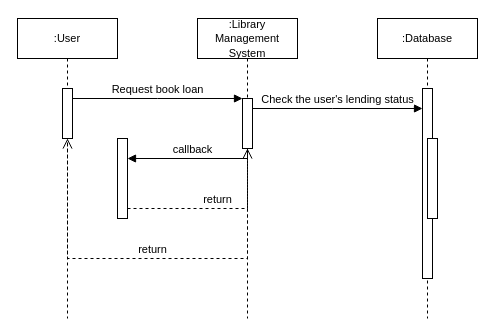
cielcs/usecase keeps this draw.io diagram as seq.drawio. Above is the earlier version. Source tidied: cells renumbered, new cells numbered last; positions are measured from the earlier drawing's top-left corner, leaving out a move shared by most shapes. Both pictures are drawn from the tidied source at 100%, with x=0, y=0 at pixel (17, 18).
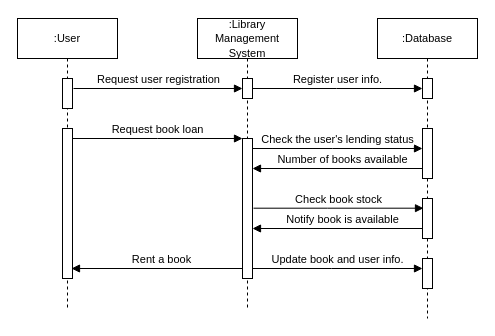
After the change.

Commit message:
seq.drawio を更新します

Unchanged cells that the change refers to:
```xml
<mxCell id="10" value="&lt;font style=&quot;font-size: 11px;&quot;&gt;:Database&lt;/font&gt;" style="shape=umlLifeline;perimeter=lifelinePerimeter;whiteSpace=wrap;html=1;newEdgeStyle={&quot;edgeStyle&quot;:&quot;elbowEdgeStyle&quot;,&quot;elbow&quot;:&quot;vertical&quot;,&quot;curved&quot;:0,&quot;rounded&quot;:0};" parent="1" vertex="1">
  <mxGeometry x="360" width="100" height="300" as="geometry" />
</mxCell>
```

Change to the diagram source:
```diff
@@
     <mxCell id="2" value="&lt;font style=&quot;font-size: 11px;&quot;&gt;:User&lt;/font&gt;" style="shape=umlLifeline;perimeter=lifelinePerimeter;whiteSpace=wrap;html=1;newEdgeStyle={&quot;edgeStyle&quot;:&quot;elbowEdgeStyle&quot;,&quot;elbow&quot;:&quot;vertical&quot;,&quot;curved&quot;:0,&quot;rounded&quot;:0};" parent="1" vertex="1">
-      <mxGeometry width="100" height="300" as="geometry" />
+      <mxGeometry width="100" height="290" as="geometry" />
     </mxCell>
     <mxCell id="3" style="html=1;points=[];perimeter=orthogonalPerimeter;outlineConnect=0;targetShapes=umlLifeline;portConstraint=eastwest;newEdgeStyle={&quot;edgeStyle&quot;:&quot;elbowEdgeStyle&quot;,&quot;elbow&quot;:&quot;vertical&quot;,&quot;curved&quot;:0,&quot;rounded&quot;:0};" parent="2" vertex="1">
-      <mxGeometry x="45" y="70" width="10" height="50" as="geometry" />
+      <mxGeometry x="45" y="110" width="10" height="150" as="geometry" />
     </mxCell>
+    <mxCell id="15" style="html=1;perimeter=orthogonalPerimeter;targetShapes=umlLifeline;newEdgeStyle={&quot;edgeStyle&quot;:&quot;elbowEdgeStyle&quot;,&quot;elbow&quot;:&quot;vertical&quot;,&quot;curved&quot;:0,&quot;rounded&quot;:0};" parent="2" vertex="1">
+      <mxGeometry x="45" y="60" width="10" height="30" as="geometry" />
+    </mxCell>
     <mxCell id="4" value="&lt;font style=&quot;font-size: 11px;&quot;&gt;:Library Management System&lt;/font&gt;" style="shape=umlLifeline;perimeter=lifelinePerimeter;whiteSpace=wrap;html=1;newEdgeStyle={&quot;edgeStyle&quot;:&quot;elbowEdgeStyle&quot;,&quot;elbow&quot;:&quot;vertical&quot;,&quot;curved&quot;:0,&quot;rounded&quot;:0};" parent="1" vertex="1">
-      <mxGeometry x="180" width="100" height="300" as="geometry" />
+      <mxGeometry x="180" width="100" height="290" as="geometry" />
     </mxCell>
     <mxCell id="5" style="html=1;points=[];perimeter=orthogonalPerimeter;outlineConnect=0;targetShapes=umlLifeline;portConstraint=eastwest;newEdgeStyle={&quot;edgeStyle&quot;:&quot;elbowEdgeStyle&quot;,&quot;elbow&quot;:&quot;vertical&quot;,&quot;curved&quot;:0,&quot;rounded&quot;:0};" parent="4" vertex="1">
-      <mxGeometry x="45" y="80" width="10" height="50" as="geometry" />
+      <mxGeometry x="45" y="120" width="10" height="140" as="geometry" />
     </mxCell>
+    <mxCell id="16" style="html=1;perimeter=orthogonalPerimeter;targetShapes=umlLifeline;newEdgeStyle={&quot;edgeStyle&quot;:&quot;elbowEdgeStyle&quot;,&quot;elbow&quot;:&quot;vertical&quot;,&quot;curved&quot;:0,&quot;rounded&quot;:0};" parent="4" vertex="1">
+      <mxGeometry x="45" y="60" width="10" height="20" as="geometry" />
+    </mxCell>
     <mxCell id="6" value="Request book loan" style="html=1;verticalAlign=bottom;endArrow=block;edgeStyle=elbowEdgeStyle;elbow=vertical;curved=0;rounded=0;" parent="1" edge="1" source="3" target="5">
       <mxGeometry relative="1" as="geometry">
         <Array as="points">
-          <mxPoint x="140" y="80" />
+          <mxPoint x="140" y="120" />
         </Array>
       </mxGeometry>
     </mxCell>
-    <mxCell id="7" value="return" style="html=1;verticalAlign=bottom;endArrow=open;dashed=1;endSize=8;edgeStyle=elbowEdgeStyle;elbow=vertical;curved=0;rounded=0;" parent="1" edge="1" source="5" target="3">
-      <mxGeometry relative="1" as="geometry">
-        <Array as="points">
-          <mxPoint x="150" y="240" />
-        </Array>
-      </mxGeometry>
-    </mxCell>
-    <mxCell id="8" value="callback" style="html=1;verticalAlign=bottom;endArrow=block;edgeStyle=elbowEdgeStyle;elbow=vertical;curved=0;rounded=0;" parent="1" edge="1">
+    <mxCell id="8" value="Rent a book" style="html=1;verticalAlign=bottom;endArrow=block;edgeStyle=elbowEdgeStyle;elbow=vertical;curved=0;rounded=0;" parent="1" edge="1">
       <mxGeometry relative="1" as="geometry">
-        <mxPoint x="230" y="130" as="sourcePoint" />
-        <mxPoint x="110" y="140" as="targetPoint" />
+        <mxPoint x="225" y="240" as="sourcePoint" />
+        <mxPoint x="54" y="250" as="targetPoint" />
         <Array as="points">
-          <mxPoint x="150" y="140" />
+          <mxPoint x="140" y="250" />
         </Array>
       </mxGeometry>
     </mxCell>
-    <mxCell id="9" value="return" style="html=1;verticalAlign=bottom;endArrow=open;dashed=1;endSize=8;edgeStyle=elbowEdgeStyle;elbow=vertical;curved=0;rounded=0;" parent="1" edge="1" source="13">
-      <mxGeometry relative="1" as="geometry">
-        <mxPoint x="230" y="130" as="targetPoint" />
-        <Array as="points">
-          <mxPoint x="140" y="190" />
-        </Array>
-      </mxGeometry>
-    </mxCell>
@@
     <mxCell id="11" style="html=1;perimeter=orthogonalPerimeter;targetShapes=umlLifeline;newEdgeStyle={&quot;edgeStyle&quot;:&quot;elbowEdgeStyle&quot;,&quot;elbow&quot;:&quot;vertical&quot;,&quot;curved&quot;:0,&quot;rounded&quot;:0};" parent="10" vertex="1">
-      <mxGeometry x="45" y="70" width="10" height="190" as="geometry" />
+      <mxGeometry x="45" y="110" width="10" height="50" as="geometry" />
     </mxCell>
-    <mxCell id="12" style="html=1;perimeter=orthogonalPerimeter;targetShapes=umlLifeline;newEdgeStyle={&quot;edgeStyle&quot;:&quot;elbowEdgeStyle&quot;,&quot;elbow&quot;:&quot;vertical&quot;,&quot;curved&quot;:0,&quot;rounded&quot;:0};" parent="10" vertex="1">
-      <mxGeometry x="50" y="120" width="10" height="80" as="geometry" />
-    </mxCell>
-    <mxCell id="13" style="html=1;points=[];perimeter=orthogonalPerimeter;outlineConnect=0;targetShapes=umlLifeline;portConstraint=eastwest;newEdgeStyle={&quot;edgeStyle&quot;:&quot;elbowEdgeStyle&quot;,&quot;elbow&quot;:&quot;vertical&quot;,&quot;curved&quot;:0,&quot;rounded&quot;:0};" parent="1" vertex="1">
-      <mxGeometry x="100" y="120" width="10" height="80" as="geometry" />
-    </mxCell>
+    <mxCell id="17" style="html=1;perimeter=orthogonalPerimeter;targetShapes=umlLifeline;newEdgeStyle={&quot;edgeStyle&quot;:&quot;elbowEdgeStyle&quot;,&quot;elbow&quot;:&quot;vertical&quot;,&quot;curved&quot;:0,&quot;rounded&quot;:0};" parent="10" vertex="1">
+      <mxGeometry x="45" y="180" width="10" height="40" as="geometry" />
+    </mxCell>
+    <mxCell id="18" style="html=1;perimeter=orthogonalPerimeter;targetShapes=umlLifeline;newEdgeStyle={&quot;edgeStyle&quot;:&quot;elbowEdgeStyle&quot;,&quot;elbow&quot;:&quot;vertical&quot;,&quot;curved&quot;:0,&quot;rounded&quot;:0};" parent="10" vertex="1">
+      <mxGeometry x="45" y="240" width="10" height="30" as="geometry" />
+    </mxCell>
+    <mxCell id="19" style="html=1;perimeter=orthogonalPerimeter;targetShapes=umlLifeline;newEdgeStyle={&quot;edgeStyle&quot;:&quot;elbowEdgeStyle&quot;,&quot;elbow&quot;:&quot;vertical&quot;,&quot;curved&quot;:0,&quot;rounded&quot;:0};" parent="10" vertex="1">
+      <mxGeometry x="45" y="60" width="10" height="20" as="geometry" />
+    </mxCell>
     <mxCell id="14" value="Check the user's lending status" style="html=1;verticalAlign=bottom;endArrow=block;edgeStyle=elbowEdgeStyle;elbow=vertical;curved=0;rounded=0;" parent="1" edge="1">
       <mxGeometry relative="1" as="geometry">
-        <mxPoint x="235" y="90" as="sourcePoint" />
-        <mxPoint x="405" y="90" as="targetPoint" />
+        <mxPoint x="235" y="130" as="sourcePoint" />
+        <mxPoint x="405" y="130" as="targetPoint" />
         <Array as="points">
-          <mxPoint x="315" y="90" />
+          <mxPoint x="315" y="130" />
         </Array>
       </mxGeometry>
     </mxCell>
+    <mxCell id="20" value="Number of books available" style="html=1;verticalAlign=bottom;endArrow=block;edgeStyle=elbowEdgeStyle;elbow=vertical;curved=0;rounded=0;" parent="1" edge="1">
+      <mxGeometry relative="1" as="geometry">
+        <mxPoint x="405" y="140" as="sourcePoint" />
+        <mxPoint x="235" y="150" as="targetPoint" />
+        <Array as="points">
+          <mxPoint x="280" y="150" />
+        </Array>
+      </mxGeometry>
+    </mxCell>
+    <mxCell id="21" value="Check book stock" style="html=1;verticalAlign=bottom;endArrow=block;edgeStyle=elbowEdgeStyle;elbow=vertical;curved=0;rounded=0;" parent="1" edge="1">
+      <mxGeometry relative="1" as="geometry">
+        <mxPoint x="236" y="189.7" as="sourcePoint" />
+        <mxPoint x="406" y="189.7" as="targetPoint" />
+        <Array as="points">
+          <mxPoint x="310" y="189.7" />
+        </Array>
+      </mxGeometry>
+    </mxCell>
+    <mxCell id="22" value="Notify book is available" style="html=1;verticalAlign=bottom;endArrow=block;edgeStyle=elbowEdgeStyle;elbow=vertical;curved=0;rounded=0;" parent="1" edge="1">
+      <mxGeometry relative="1" as="geometry">
+        <mxPoint x="405" y="200" as="sourcePoint" />
+        <mxPoint x="235" y="210" as="targetPoint" />
+        <Array as="points">
+          <mxPoint x="275" y="210" />
+        </Array>
+      </mxGeometry>
+    </mxCell>
+    <mxCell id="23" value="Update book and user info." style="html=1;verticalAlign=bottom;endArrow=block;edgeStyle=elbowEdgeStyle;elbow=vertical;curved=0;rounded=0;" parent="1" edge="1">
+      <mxGeometry relative="1" as="geometry">
+        <mxPoint x="235" y="250" as="sourcePoint" />
+        <mxPoint x="405" y="250" as="targetPoint" />
+        <Array as="points">
+          <mxPoint x="314" y="250" />
+        </Array>
+      </mxGeometry>
+    </mxCell>
+    <mxCell id="24" value="Request user registration" style="html=1;verticalAlign=bottom;endArrow=block;edgeStyle=elbowEdgeStyle;elbow=vertical;curved=0;rounded=0;" parent="1" edge="1">
+      <mxGeometry relative="1" as="geometry">
+        <mxPoint x="56" y="70" as="sourcePoint" />
+        <mxPoint x="225" y="70" as="targetPoint" />
+        <Array as="points">
+          <mxPoint x="135" y="70" />
+        </Array>
+      </mxGeometry>
+    </mxCell>
+    <mxCell id="25" value="Register user info." style="html=1;verticalAlign=bottom;endArrow=block;edgeStyle=elbowEdgeStyle;elbow=vertical;curved=0;rounded=0;" parent="1" edge="1">
+      <mxGeometry relative="1" as="geometry">
+        <mxPoint x="235" y="70" as="sourcePoint" />
+        <mxPoint x="405" y="70" as="targetPoint" />
+        <Array as="points">
+          <mxPoint x="319" y="70" />
+        </Array>
+      </mxGeometry>
+    </mxCell>
```
